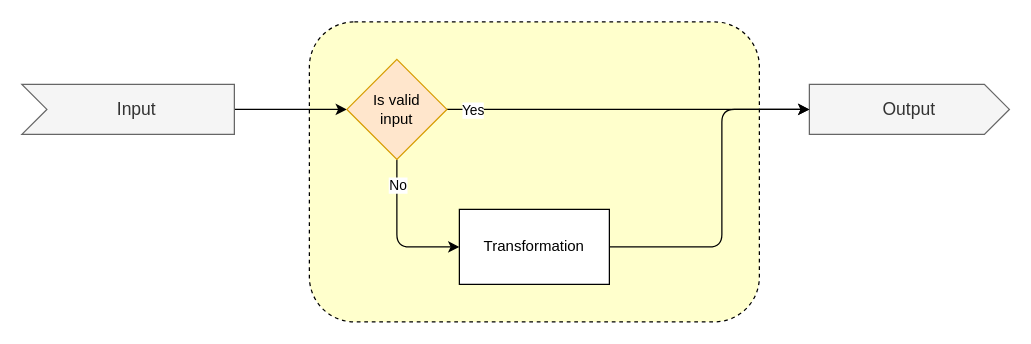
This is page "main" (1 of 2) of doc/arc.drawio from rasmushaa/drawio_document_demo_b, a draw.io file, before an edit. Source tidied: cells renumbered, new cells numbered last; positions are measured from the earlier drawing's top-left corner, leaving out a move shared by most shapes. Both pictures are drawn from the tidied source at 125%, with x=0, y=0 at pixel (21, 21).
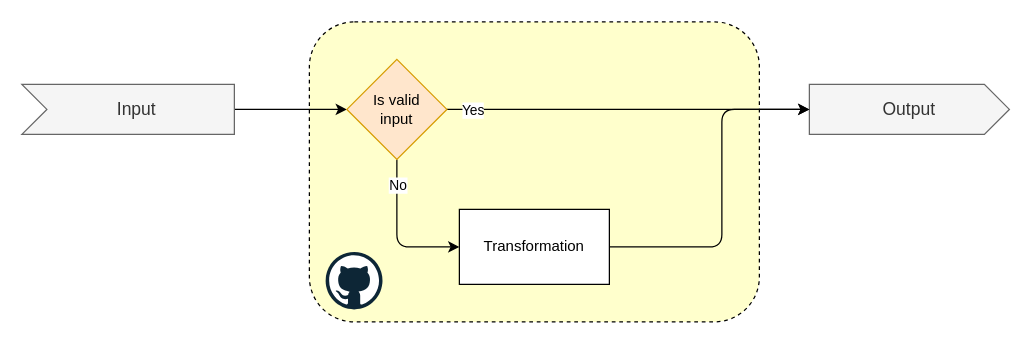
After the change.

Commit message:
Add git link

What changed in the source:
```diff
@@
 <mxGraphModel>
   <root>
     <mxCell id="0" />
     <mxCell id="1" parent="0" />
     <mxCell id="2" style="rounded=1;whiteSpace=wrap;html=1;dashed=1;fillColor=#FFFFCC;" parent="1" vertex="1">
       <mxGeometry x="230" width="360" height="240" as="geometry" />
     </mxCell>
     <mxCell id="3" value="Output" style="html=1;shape=mxgraph.infographic.ribbonSimple;notch1=0;notch2=20;align=center;verticalAlign=middle;fontSize=14;fontStyle=0;fillColor=#f5f5f5;whiteSpace=wrap;fontColor=#333333;strokeColor=#666666;" parent="1" vertex="1">
       <mxGeometry x="630" y="50" width="160" height="40" as="geometry" />
     </mxCell>
     <mxCell id="4" style="edgeStyle=none;html=1;" parent="1" edge="1" source="5" target="10">
       <mxGeometry relative="1" as="geometry" />
     </mxCell>
     <mxCell id="5" value="Input" style="html=1;shape=mxgraph.infographic.ribbonSimple;notch1=20;notch2=0;align=center;verticalAlign=middle;fontSize=14;fontStyle=0;fillColor=#f5f5f5;flipH=0;spacingRight=0;spacingLeft=14;whiteSpace=wrap;fontColor=#333333;strokeColor=#666666;" parent="1" vertex="1">
       <mxGeometry y="50" width="170" height="40" as="geometry" />
     </mxCell>
     <mxCell id="6" style="edgeStyle=none;html=1;entryX=0;entryY=0.5;entryDx=0;entryDy=0;" parent="1" edge="1" source="10" target="11">
       <mxGeometry relative="1" as="geometry">
         <Array as="points">
           <mxPoint x="300" y="180" />
         </Array>
       </mxGeometry>
     </mxCell>
     <mxCell id="7" value="No" style="edgeLabel;html=1;align=center;verticalAlign=middle;" parent="6" vertex="1">
       <mxGeometry x="-0.67" relative="1" as="geometry" />
     </mxCell>
     <mxCell id="8" style="edgeStyle=none;html=1;" parent="1" edge="1" source="10" target="3">
       <mxGeometry relative="1" as="geometry" />
     </mxCell>
     <mxCell id="9" value="Yes" style="edgeLabel;html=1;align=center;verticalAlign=middle;" parent="8" vertex="1">
       <mxGeometry x="-0.63" relative="1" as="geometry">
         <mxPoint x="-34" as="offset" />
       </mxGeometry>
     </mxCell>
     <mxCell id="10" value="Is valid&lt;div&gt;input&lt;/div&gt;" style="rhombus;whiteSpace=wrap;html=1;fillColor=#ffe6cc;strokeColor=#d79b00;" parent="1" vertex="1">
       <mxGeometry x="260" y="30" width="80" height="80" as="geometry" />
     </mxCell>
     <mxCell id="11" value="Transformation" style="rounded=0;whiteSpace=wrap;html=1;" parent="1" vertex="1">
       <mxGeometry x="350" y="150" width="120" height="60" as="geometry" />
     </mxCell>
     <mxCell id="12" style="edgeStyle=none;html=1;entryX=0;entryY=0;entryDx=0;entryDy=20;entryPerimeter=0;exitX=1;exitY=0.5;exitDx=0;exitDy=0;" parent="1" edge="1" source="11" target="3">
       <mxGeometry relative="1" as="geometry">
         <Array as="points">
           <mxPoint x="560" y="180" />
           <mxPoint x="560" y="70" />
         </Array>
       </mxGeometry>
     </mxCell>
+    <mxCell id="13" style="dashed=0;html=1;align=center;labelPosition=center;verticalLabelPosition=bottom;verticalAlign=top;shape=mxgraph.weblogos.github;" parent="1" vertex="1">
+      <mxGeometry x="243" y="184" width="45.5" height="46" as="geometry" />
+    </mxCell>
   </root>
 </mxGraphModel>
```
